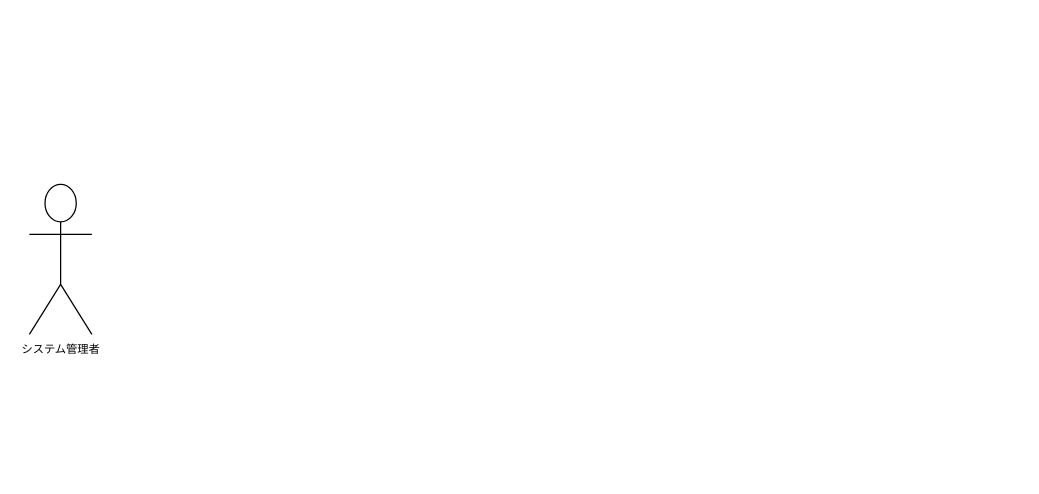
Before: page "ユーザーの異常確認" (6 of 7) of out/ロバストネス図/システム管理者-ロバストネス図.drawio in ksw2270227/GroupF, a draw.io diagram. Source tidied: cells renumbered, new cells numbered last; positions are measured from the earlier drawing's top-left corner, leaving out a move shared by most shapes. Both pictures are drawn from the tidied source at 125%, with x=0, y=0 at pixel (29, 184).
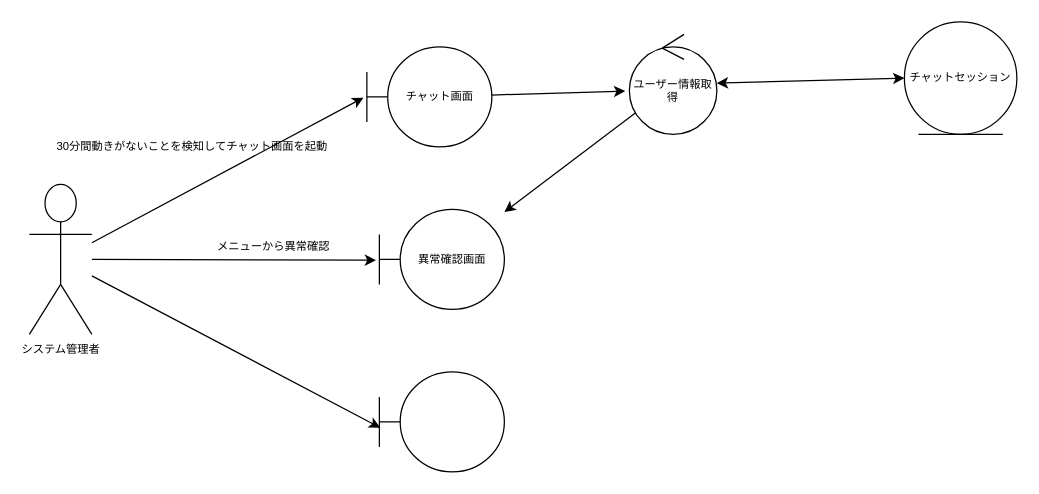
Above is the later version.

What changed in the source:
```diff
@@
 <mxGraphModel>
   <root>
     <mxCell id="0" />
     <mxCell id="1" parent="0" />
+    <mxCell id="3" style="edgeStyle=none;html=1;entryX=-0.027;entryY=0.508;entryDx=0;entryDy=0;entryPerimeter=0;fontSize=9;" parent="1" edge="1" source="2" target="8">
+      <mxGeometry relative="1" as="geometry" />
+    </mxCell>
+    <mxCell id="4" style="edgeStyle=none;html=1;entryX=-0.027;entryY=0.508;entryDx=0;entryDy=0;entryPerimeter=0;fontSize=9;" parent="1" edge="1" source="2" target="6">
+      <mxGeometry relative="1" as="geometry" />
+    </mxCell>
+    <mxCell id="5" style="edgeStyle=none;html=1;entryX=0.007;entryY=0.558;entryDx=0;entryDy=0;entryPerimeter=0;fontSize=9;" parent="1" edge="1" source="2" target="9">
+      <mxGeometry relative="1" as="geometry" />
+    </mxCell>
     <mxCell id="2" value="システム管理者" style="shape=umlActor;verticalLabelPosition=bottom;verticalAlign=top;html=1;fontSize=9;" parent="1" vertex="1">
       <mxGeometry width="50" height="120" as="geometry" />
     </mxCell>
+    <mxCell id="6" value="異常確認画面" style="shape=umlBoundary;whiteSpace=wrap;html=1;fontSize=9;" parent="1" vertex="1">
+      <mxGeometry x="280" y="20" width="100" height="80" as="geometry" />
+    </mxCell>
+    <mxCell id="7" style="edgeStyle=none;html=1;entryX=-0.048;entryY=0.567;entryDx=0;entryDy=0;entryPerimeter=0;fontSize=9;" parent="1" edge="1" source="8" target="13">
+      <mxGeometry relative="1" as="geometry" />
+    </mxCell>
+    <mxCell id="8" value="チャット画面" style="shape=umlBoundary;whiteSpace=wrap;html=1;fontSize=9;" parent="1" vertex="1">
+      <mxGeometry x="270" y="-110" width="100" height="80" as="geometry" />
+    </mxCell>
+    <mxCell id="9" style="shape=umlBoundary;whiteSpace=wrap;html=1;fontSize=9;" parent="1" vertex="1">
+      <mxGeometry x="280" y="150" width="100" height="80" as="geometry" />
+    </mxCell>
+    <mxCell id="10" value="メニューから異常確認" style="text;html=1;align=center;verticalAlign=middle;strokeColor=none;fillColor=none;fontSize=9;" parent="1" vertex="1">
+      <mxGeometry x="140" y="40" width="110" height="20" as="geometry" />
+    </mxCell>
+    <mxCell id="11" value="30分間動きがないことを検知してチャット画面を起動" style="text;html=1;align=center;verticalAlign=middle;strokeColor=none;fillColor=none;fontSize=9;" parent="1" vertex="1">
+      <mxGeometry x="10" y="-40" width="240" height="20" as="geometry" />
+    </mxCell>
+    <mxCell id="12" style="edgeStyle=none;html=1;fontSize=9;" parent="1" edge="1" source="13" target="6">
+      <mxGeometry relative="1" as="geometry" />
+    </mxCell>
+    <mxCell id="13" value="ユーザー情報取得" style="ellipse;shape=umlControl;whiteSpace=wrap;html=1;fontSize=9;" parent="1" vertex="1">
+      <mxGeometry x="480" y="-120" width="70" height="80" as="geometry" />
+    </mxCell>
+    <mxCell id="14" value="チャットセッション" style="ellipse;shape=umlEntity;whiteSpace=wrap;html=1;fontSize=9;" parent="1" vertex="1">
+      <mxGeometry x="700" y="-130" width="90" height="90" as="geometry" />
+    </mxCell>
+    <mxCell id="15" style="endArrow=classic;startArrow=classic;html=1;fontSize=9;entryX=0;entryY=0.5;entryDx=0;entryDy=0;" parent="1" edge="1" source="13" target="14">
+      <mxGeometry relative="1" as="geometry" />
+    </mxCell>
   </root>
 </mxGraphModel>
```
